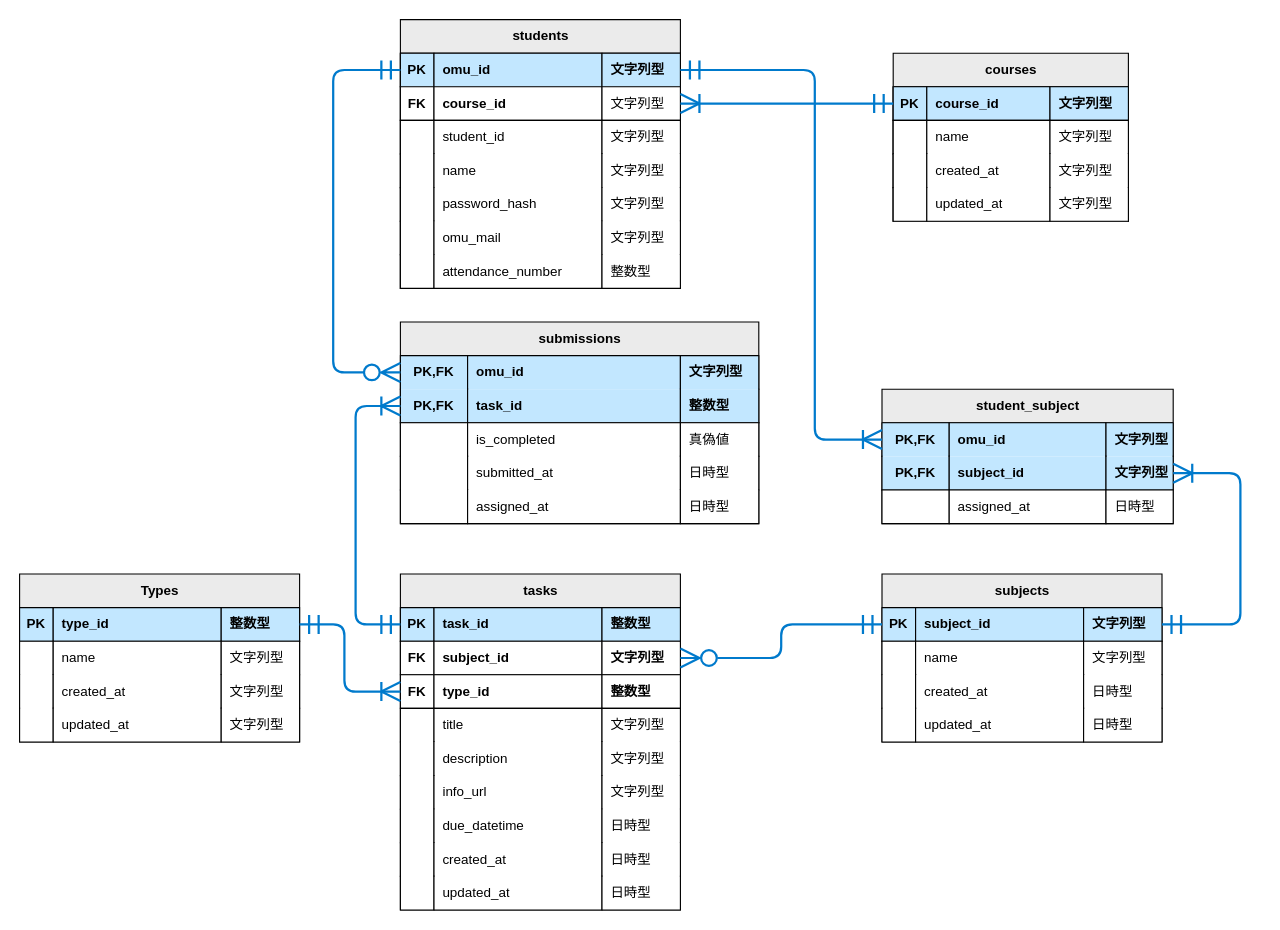
Before: page "演習3" (1 of 3) of sql/06/kadai/01_kadai.drawio in ai10pro/DB-PostgresSQL, a draw.io diagram. Source tidied: cells renumbered, new cells numbered last; positions are measured from the earlier drawing's top-left corner, leaving out a move shared by most shapes. Both pictures are drawn from the tidied source at 112%, with x=0, y=0 at pixel (19, 19).
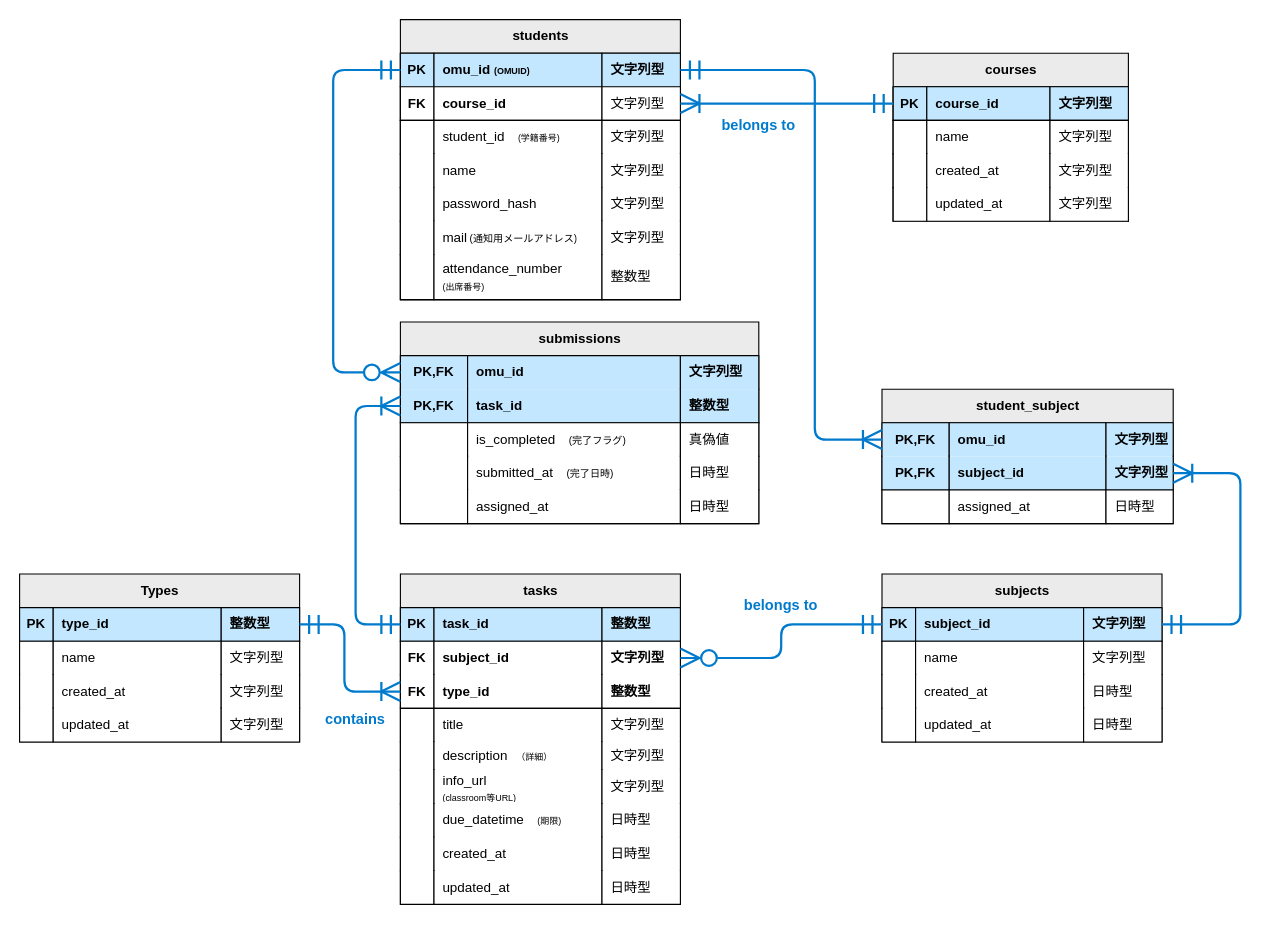
After the change.

The change refers to these unchanged cells:
```xml
<mxCell id="7" style="shape=tableRow;horizontal=0;startSize=0;swimlaneHead=0;swimlaneBody=0;fillColor=none;points=[[0,0.5],[1,0.5]];portConstraint=eastwest;top=0;left=0;right=0;bottom=0;fontFamily=源ノ角ゴシック Code JP;fontStyle=1;" parent="2" vertex="1">
  <mxGeometry y="60" width="250" height="30" as="geometry" />
</mxCell>
<mxCell id="11" style="shape=tableRow;horizontal=0;startSize=0;swimlaneHead=0;swimlaneBody=0;fillColor=none;points=[[0,0.5],[1,0.5]];portConstraint=eastwest;top=0;left=0;right=0;bottom=0;fontFamily=源ノ角ゴシック Code JP;fontStyle=1;" parent="2" vertex="1">
  <mxGeometry y="90" width="250" height="30" as="geometry" />
</mxCell>
<mxCell id="40" style="shape=tableRow;horizontal=0;startSize=0;swimlaneHead=0;swimlaneBody=0;fillColor=#C2E7FF;points=[[0,0.5],[1,0.5]];portConstraint=eastwest;top=1;left=1;right=1;bottom=1;fontFamily=源ノ角ゴシック Code JP;" parent="39" vertex="1">
  <mxGeometry y="30" width="250" height="30" as="geometry" />
</mxCell>
<mxCell id="48" style="shape=tableRow;horizontal=0;startSize=0;swimlaneHead=0;swimlaneBody=0;fillColor=default;top=1;left=1;right=1;bottom=0;fontFamily=源ノ角ゴシック Code JP;" parent="39" vertex="1">
  <mxGeometry y="90" width="250" height="30" as="geometry" />
</mxCell>
<mxCell id="60" style="shape=tableRow;horizontal=0;startSize=0;swimlaneHead=0;swimlaneBody=0;fillColor=default;top=0;left=1;right=1;bottom=0;fontFamily=源ノ角ゴシック Code JP;" parent="39" vertex="1">
  <mxGeometry y="180" width="250" height="30" as="geometry" />
</mxCell>
<mxCell id="124" style="shape=tableRow;horizontal=0;startSize=0;swimlaneHead=0;swimlaneBody=0;fillColor=none;top=0;left=0;right=0;bottom=0;fontFamily=源ノ角ゴシック Code JP;" parent="115" vertex="1">
  <mxGeometry y="90" width="320" height="30" as="geometry" />
</mxCell>
<mxCell id="128" style="shape=tableRow;horizontal=0;startSize=0;swimlaneHead=0;swimlaneBody=0;fillColor=none;top=0;left=0;right=0;bottom=0;fontFamily=源ノ角ゴシック Code JP;" parent="115" vertex="1">
  <mxGeometry y="120" width="320" height="30" as="geometry" />
</mxCell>
```

What changed in the source:
```diff
@@
     <mxCell id="2" value="tasks" style="shape=table;startSize=30;childLayout=tableLayout;rowLines=0;fontStyle=1;align=center;html=1;fillColor=light-dark(#EBEBEB,#3EA7ED);strokeColor=#000000;fontFamily=源ノ角ゴシック Code JP;strokeWidth=1;" parent="1" vertex="1">
-      <mxGeometry x="340" y="495" width="250" height="300" as="geometry" />
+      <mxGeometry x="340" y="495" width="250" height="295" as="geometry" />
     </mxCell>
@@
-    <mxCell id="8" value="FK" style="shape=partialRectangle;fillColor=default;top=1;left=1;bottom=1;right=1;overflow=hidden;whiteSpace=wrap;html=1;fontFamily=源ノ角ゴシック Code JP;fontColor=#000000;fontStyle=1;" parent="7" vertex="1">
+    <mxCell id="8" value="FK" style="shape=partialRectangle;fillColor=default;top=1;left=1;bottom=0;right=1;overflow=hidden;whiteSpace=wrap;html=1;fontFamily=源ノ角ゴシック Code JP;fontColor=#000000;fontStyle=1;" parent="7" vertex="1">
       <mxGeometry width="30" height="30" as="geometry" />
     </mxCell>
-    <mxCell id="9" value="subject_id" style="shape=partialRectangle;fillColor=#FFFFFF;top=1;left=1;bottom=1;right=1;align=left;spacingLeft=6;overflow=hidden;whiteSpace=wrap;html=1;fontFamily=源ノ角ゴシック Code JP;fontColor=#000000;fillStyle=auto;fontStyle=1;" parent="7" vertex="1">
+    <mxCell id="9" value="subject_id" style="shape=partialRectangle;fillColor=#FFFFFF;top=1;left=1;bottom=0;right=1;align=left;spacingLeft=6;overflow=hidden;whiteSpace=wrap;html=1;fontFamily=源ノ角ゴシック Code JP;fontColor=#000000;fillStyle=auto;fontStyle=1;" parent="7" vertex="1">
       <mxGeometry x="30" width="150" height="30" as="geometry" />
     </mxCell>
-    <mxCell id="10" value="文字列型" style="shape=partialRectangle;fillColor=#FFFFFF;top=1;left=1;bottom=1;right=1;align=left;spacingLeft=6;overflow=hidden;whiteSpace=wrap;html=1;fontFamily=源ノ角ゴシック Code JP;fontColor=#000000;fillStyle=auto;fontStyle=1;" parent="7" vertex="1">
+    <mxCell id="10" value="文字列型" style="shape=partialRectangle;fillColor=#FFFFFF;top=1;left=1;bottom=0;right=1;align=left;spacingLeft=6;overflow=hidden;whiteSpace=wrap;html=1;fontFamily=源ノ角ゴシック Code JP;fontColor=#000000;fillStyle=auto;fontStyle=1;" parent="7" vertex="1">
       <mxGeometry x="180" width="70" height="30" as="geometry" />
     </mxCell>
@@
-    <mxCell id="12" value="FK" style="shape=partialRectangle;fillColor=default;top=1;left=1;bottom=1;right=1;overflow=hidden;whiteSpace=wrap;html=1;fontFamily=源ノ角ゴシック Code JP;fontColor=#000000;fontStyle=1;" parent="11" vertex="1">
+    <mxCell id="12" value="FK" style="shape=partialRectangle;fillColor=default;top=0;left=1;bottom=1;right=1;overflow=hidden;whiteSpace=wrap;html=1;fontFamily=源ノ角ゴシック Code JP;fontColor=#000000;fontStyle=1;" parent="11" vertex="1">
       <mxGeometry width="30" height="30" as="geometry" />
     </mxCell>
-    <mxCell id="13" value="type_id" style="shape=partialRectangle;fillColor=#FFFFFF;top=1;left=1;bottom=1;right=1;align=left;spacingLeft=6;overflow=hidden;whiteSpace=wrap;html=1;fontFamily=源ノ角ゴシック Code JP;fontColor=#000000;fillStyle=auto;fontStyle=1;" parent="11" vertex="1">
+    <mxCell id="13" value="type_id" style="shape=partialRectangle;fillColor=#FFFFFF;top=0;left=1;bottom=1;right=1;align=left;spacingLeft=6;overflow=hidden;whiteSpace=wrap;html=1;fontFamily=源ノ角ゴシック Code JP;fontColor=#000000;fillStyle=auto;fontStyle=1;" parent="11" vertex="1">
       <mxGeometry x="30" width="150" height="30" as="geometry" />
     </mxCell>
-    <mxCell id="14" value="整数型" style="shape=partialRectangle;fillColor=#FFFFFF;top=1;left=1;bottom=1;right=1;align=left;spacingLeft=6;overflow=hidden;whiteSpace=wrap;html=1;fontFamily=源ノ角ゴシック Code JP;fontColor=#000000;fillStyle=auto;fontStyle=1;" parent="11" vertex="1">
+    <mxCell id="14" value="整数型" style="shape=partialRectangle;fillColor=#FFFFFF;top=0;left=1;bottom=1;right=1;align=left;spacingLeft=6;overflow=hidden;whiteSpace=wrap;html=1;fontFamily=源ノ角ゴシック Code JP;fontColor=#000000;fillStyle=auto;fontStyle=1;" parent="11" vertex="1">
       <mxGeometry x="180" width="70" height="30" as="geometry" />
     </mxCell>
@@
     <mxCell id="19" style="shape=tableRow;horizontal=0;startSize=0;swimlaneHead=0;swimlaneBody=0;fillColor=none;top=0;left=0;right=0;bottom=0;fontFamily=源ノ角ゴシック Code JP;" parent="2" vertex="1">
-      <mxGeometry y="150" width="250" height="30" as="geometry" />
+      <mxGeometry y="150" width="250" height="25" as="geometry" />
     </mxCell>
     <mxCell id="20" style="shape=partialRectangle;fillColor=default;top=0;left=1;bottom=0;right=1;overflow=hidden;whiteSpace=wrap;html=1;fontFamily=源ノ角ゴシック Code JP;" parent="19" vertex="1">
-      <mxGeometry width="30" height="30" as="geometry" />
+      <mxGeometry width="30" height="25" as="geometry" />
     </mxCell>
-    <mxCell id="21" value="description" style="shape=partialRectangle;fillColor=default;top=0;left=1;bottom=0;right=1;align=left;spacingLeft=6;overflow=hidden;whiteSpace=wrap;html=1;fontFamily=源ノ角ゴシック Code JP;" parent="19" vertex="1">
-      <mxGeometry x="30" width="150" height="30" as="geometry" />
+    <mxCell id="21" value="description　&lt;font style=&quot;font-size: 8px;&quot;&gt;（詳細）&lt;/font&gt;" style="shape=partialRectangle;fillColor=default;top=0;left=1;bottom=0;right=1;align=left;spacingLeft=6;overflow=hidden;whiteSpace=wrap;html=1;fontFamily=源ノ角ゴシック Code JP;" parent="19" vertex="1">
+      <mxGeometry x="30" width="150" height="25" as="geometry" />
     </mxCell>
     <mxCell id="22" value="文字列型" style="shape=partialRectangle;fillColor=default;top=0;left=1;bottom=0;right=1;align=left;spacingLeft=6;overflow=hidden;whiteSpace=wrap;html=1;fontFamily=源ノ角ゴシック Code JP;" parent="19" vertex="1">
-      <mxGeometry x="180" width="70" height="30" as="geometry" />
+      <mxGeometry x="180" width="70" height="25" as="geometry" />
     </mxCell>
     <mxCell id="23" style="shape=tableRow;horizontal=0;startSize=0;swimlaneHead=0;swimlaneBody=0;fillColor=none;top=0;left=0;right=0;bottom=0;fontFamily=源ノ角ゴシック Code JP;" parent="2" vertex="1">
-      <mxGeometry y="180" width="250" height="30" as="geometry" />
+      <mxGeometry y="175" width="250" height="30" as="geometry" />
     </mxCell>
@@
-    <mxCell id="25" value="info_url" style="shape=partialRectangle;fillColor=default;top=0;left=1;bottom=0;right=1;align=left;spacingLeft=6;overflow=hidden;whiteSpace=wrap;html=1;fontFamily=源ノ角ゴシック Code JP;" parent="23" vertex="1">
+    <mxCell id="25" value="info_url&lt;font color=&quot;#000000&quot;&gt;&lt;br&gt;&lt;/font&gt;&lt;font style=&quot;font-size: 8px;&quot;&gt;(classroom等URL)&lt;/font&gt;" style="shape=partialRectangle;fillColor=default;top=0;left=1;bottom=0;right=1;align=left;spacingLeft=6;overflow=hidden;whiteSpace=wrap;html=1;fontFamily=源ノ角ゴシック Code JP;" parent="23" vertex="1">
       <mxGeometry x="30" width="150" height="30" as="geometry" />
     </mxCell>
@@
     <mxCell id="27" style="shape=tableRow;horizontal=0;startSize=0;swimlaneHead=0;swimlaneBody=0;fillColor=none;top=0;left=0;right=0;bottom=0;fontFamily=源ノ角ゴシック Code JP;" parent="2" vertex="1">
-      <mxGeometry y="210" width="250" height="30" as="geometry" />
+      <mxGeometry y="205" width="250" height="30" as="geometry" />
     </mxCell>
@@
-    <mxCell id="29" value="due_datetime" style="shape=partialRectangle;fillColor=default;top=0;left=1;bottom=0;right=1;align=left;spacingLeft=6;overflow=hidden;whiteSpace=wrap;html=1;fontFamily=源ノ角ゴシック Code JP;" parent="27" vertex="1">
+    <mxCell id="29" value="due_datetime　&lt;font style=&quot;font-size: 8px;&quot;&gt;(期限)&lt;/font&gt;" style="shape=partialRectangle;fillColor=default;top=0;left=1;bottom=0;right=1;align=left;spacingLeft=6;overflow=hidden;whiteSpace=wrap;html=1;fontFamily=源ノ角ゴシック Code JP;" parent="27" vertex="1">
       <mxGeometry x="30" width="150" height="30" as="geometry" />
     </mxCell>
@@
     <mxCell id="31" style="shape=tableRow;horizontal=0;startSize=0;swimlaneHead=0;swimlaneBody=0;fillColor=none;top=0;left=0;right=0;bottom=0;fontFamily=源ノ角ゴシック Code JP;" parent="2" vertex="1">
-      <mxGeometry y="240" width="250" height="30" as="geometry" />
+      <mxGeometry y="235" width="250" height="30" as="geometry" />
     </mxCell>
@@
     <mxCell id="35" style="shape=tableRow;horizontal=0;startSize=0;swimlaneHead=0;swimlaneBody=0;fillColor=none;top=0;left=0;right=0;bottom=0;fontFamily=源ノ角ゴシック Code JP;" parent="2" vertex="1">
-      <mxGeometry y="270" width="250" height="30" as="geometry" />
+      <mxGeometry y="265" width="250" height="30" as="geometry" />
     </mxCell>
@@
     <mxCell id="39" value="students" style="shape=table;startSize=30;childLayout=tableLayout;rowLines=0;fontStyle=1;align=center;html=1;fillColor=light-dark(#EBEBEB,#3EA7ED);strokeColor=#000000;fontFamily=源ノ角ゴシック Code JP;strokeWidth=1;" parent="1" vertex="1">
-      <mxGeometry x="340" width="250" height="240" as="geometry" />
+      <mxGeometry x="340" width="250" height="250" as="geometry" />
     </mxCell>
@@
-    <mxCell id="42" value="omu_id" style="shape=partialRectangle;fillColor=#C2E7FF;top=1;left=1;bottom=0;right=1;align=left;spacingLeft=6;fontStyle=1;overflow=hidden;whiteSpace=wrap;html=1;fontFamily=源ノ角ゴシック Code JP;" parent="40" vertex="1">
+    <mxCell id="42" value="omu_id&amp;nbsp;&lt;font style=&quot;font-size: 8px;&quot;&gt;(OMUID)&lt;/font&gt;" style="shape=partialRectangle;fillColor=#C2E7FF;top=1;left=1;bottom=0;right=1;align=left;spacingLeft=6;fontStyle=1;overflow=hidden;whiteSpace=wrap;html=1;fontFamily=源ノ角ゴシック Code JP;" parent="40" vertex="1">
       <mxGeometry x="30" width="150" height="30" as="geometry" />
     </mxCell>
@@
-    <mxCell id="50" value="student_id" style="shape=partialRectangle;fillColor=default;top=1;left=1;bottom=0;right=1;align=left;spacingLeft=6;overflow=hidden;whiteSpace=wrap;html=1;fontFamily=源ノ角ゴシック Code JP;" parent="48" vertex="1">
+    <mxCell id="50" value="student_id　&lt;font style=&quot;font-size: 8px;&quot;&gt;(学籍番号)&lt;/font&gt;" style="shape=partialRectangle;fillColor=default;top=1;left=1;bottom=0;right=1;align=left;spacingLeft=6;overflow=hidden;whiteSpace=wrap;html=1;fontFamily=源ノ角ゴシック Code JP;" parent="48" vertex="1">
       <mxGeometry x="30" width="150" height="30" as="geometry" />
     </mxCell>
@@
-    <mxCell id="62" value="omu_mail" style="shape=partialRectangle;fillColor=default;top=0;left=1;bottom=0;right=1;align=left;spacingLeft=6;overflow=hidden;whiteSpace=wrap;html=1;fontFamily=源ノ角ゴシック Code JP;" parent="60" vertex="1">
+    <mxCell id="62" value="mail&lt;font style=&quot;font-size: 8px;&quot;&gt;&amp;nbsp;&lt;/font&gt;&lt;font style=&quot;font-size: 9px;&quot;&gt;(通知用メールアドレス)&lt;/font&gt;" style="shape=partialRectangle;fillColor=default;top=0;left=1;bottom=0;right=1;align=left;spacingLeft=6;overflow=hidden;whiteSpace=wrap;html=1;fontFamily=源ノ角ゴシック Code JP;" parent="60" vertex="1">
       <mxGeometry x="30" width="150" height="30" as="geometry" />
     </mxCell>
@@
     <mxCell id="64" style="shape=tableRow;horizontal=0;startSize=0;swimlaneHead=0;swimlaneBody=0;fillColor=default;top=0;left=1;right=1;bottom=1;fontFamily=源ノ角ゴシック Code JP;" parent="39" vertex="1">
-      <mxGeometry y="210" width="250" height="30" as="geometry" />
+      <mxGeometry y="210" width="250" height="40" as="geometry" />
     </mxCell>
     <mxCell id="65" style="shape=partialRectangle;fillColor=default;top=0;left=1;bottom=1;right=1;overflow=hidden;whiteSpace=wrap;html=1;fontFamily=源ノ角ゴシック Code JP;" parent="64" vertex="1">
-      <mxGeometry width="30" height="30" as="geometry" />
+      <mxGeometry width="30" height="40" as="geometry" />
     </mxCell>
-    <mxCell id="66" value="attendance_number" style="shape=partialRectangle;fillColor=default;top=0;left=1;bottom=1;right=1;align=left;spacingLeft=6;overflow=hidden;whiteSpace=wrap;html=1;fontFamily=源ノ角ゴシック Code JP;" parent="64" vertex="1">
-      <mxGeometry x="30" width="150" height="30" as="geometry" />
+    <mxCell id="66" value="attendance_number&lt;br&gt;&lt;font style=&quot;font-size: 8px;&quot;&gt;(出席番号)&lt;/font&gt;" style="shape=partialRectangle;fillColor=default;top=0;left=1;bottom=1;right=1;align=left;spacingLeft=6;overflow=hidden;whiteSpace=wrap;html=1;fontFamily=源ノ角ゴシック Code JP;" parent="64" vertex="1">
+      <mxGeometry x="30" width="150" height="40" as="geometry" />
     </mxCell>
     <mxCell id="67" value="整数型" style="shape=partialRectangle;fillColor=default;top=0;left=1;bottom=1;right=1;align=left;spacingLeft=6;overflow=hidden;whiteSpace=wrap;html=1;fontFamily=源ノ角ゴシック Code JP;" parent="64" vertex="1">
-      <mxGeometry x="180" width="70" height="30" as="geometry" />
+      <mxGeometry x="180" width="70" height="40" as="geometry" />
     </mxCell>
@@
-    <mxCell id="126" value="is_completed" style="shape=partialRectangle;fillColor=default;top=1;left=1;bottom=0;right=1;align=left;spacingLeft=6;overflow=hidden;whiteSpace=wrap;html=1;fontFamily=源ノ角ゴシック Code JP;" parent="124" vertex="1">
+    <mxCell id="126" value="is_completed　&lt;font style=&quot;font-size: 9px;&quot;&gt;(完了フラグ)&lt;/font&gt;" style="shape=partialRectangle;fillColor=default;top=1;left=1;bottom=0;right=1;align=left;spacingLeft=6;overflow=hidden;whiteSpace=wrap;html=1;fontFamily=源ノ角ゴシック Code JP;" parent="124" vertex="1">
       <mxGeometry x="60" width="190" height="30" as="geometry" />
     </mxCell>
@@
-    <mxCell id="130" value="submitted_at" style="shape=partialRectangle;fillColor=default;top=0;left=1;bottom=0;right=1;align=left;spacingLeft=6;overflow=hidden;whiteSpace=wrap;html=1;fontFamily=源ノ角ゴシック Code JP;" parent="128" vertex="1">
+    <mxCell id="130" value="submitted_at　&lt;font style=&quot;font-size: 9px;&quot;&gt;(完了日時)&lt;/font&gt;" style="shape=partialRectangle;fillColor=default;top=0;left=1;bottom=0;right=1;align=left;spacingLeft=6;overflow=hidden;whiteSpace=wrap;html=1;fontFamily=源ノ角ゴシック Code JP;" parent="128" vertex="1">
       <mxGeometry x="60" width="190" height="30" as="geometry" />
     </mxCell>
@@
+    <mxCell id="160" value="belongs to" style="text;strokeColor=none;fillColor=none;spacingLeft=4;spacingRight=4;overflow=hidden;fontSize=13;whiteSpace=wrap;html=1;fontFamily=源ノ角ゴシック Code JP;align=center;fontStyle=1;fontColor=#007ACC;" parent="1" vertex="1">
+      <mxGeometry x="630" y="509" width="100" height="30" as="geometry" />
+    </mxCell>
+    <mxCell id="161" value="belongs to" style="text;strokeColor=none;fillColor=none;spacingLeft=4;spacingRight=4;overflow=hidden;fontSize=13;whiteSpace=wrap;html=1;fontFamily=源ノ角ゴシック Code JP;align=center;fontStyle=1;fontColor=#007ACC;" parent="1" vertex="1">
+      <mxGeometry x="610" y="80" width="100" height="30" as="geometry" />
+    </mxCell>
+    <mxCell id="162" value="contains" style="text;strokeColor=none;fillColor=none;spacingLeft=4;spacingRight=4;overflow=hidden;fontSize=13;whiteSpace=wrap;html=1;fontFamily=源ノ角ゴシック Code JP;align=center;fontStyle=1;fontColor=#007ACC;" parent="1" vertex="1">
+      <mxGeometry x="250" y="610" width="100" height="30" as="geometry" />
+    </mxCell>
```
